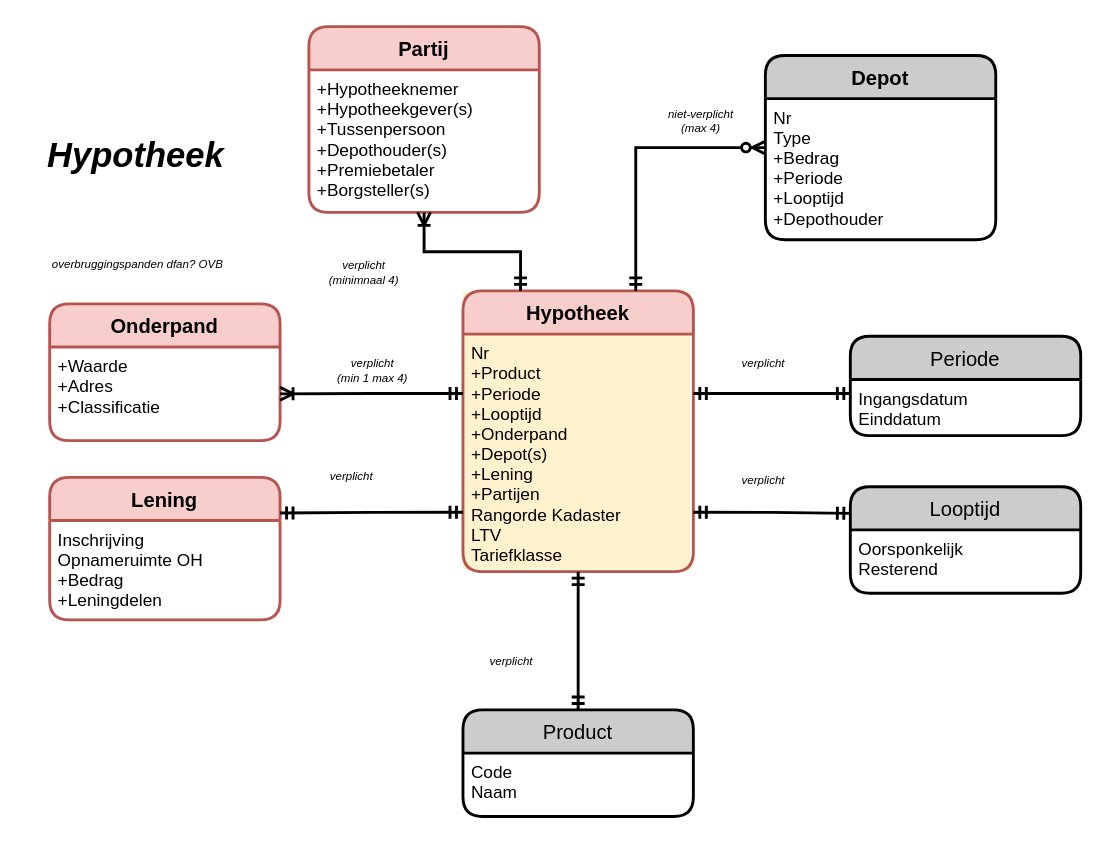
This is page "Hypotheek" (1 of 6) of 3rdParty-HDN.drawio from luchthandel/diagrams, a draw.io file, before an edit. Source tidied: cells renumbered, new cells numbered last; positions are measured from the earlier drawing's top-left corner, leaving out a move shared by most shapes. Both pictures are drawn from the tidied source at 144%, with x=0, y=0 at pixel (24, 26).
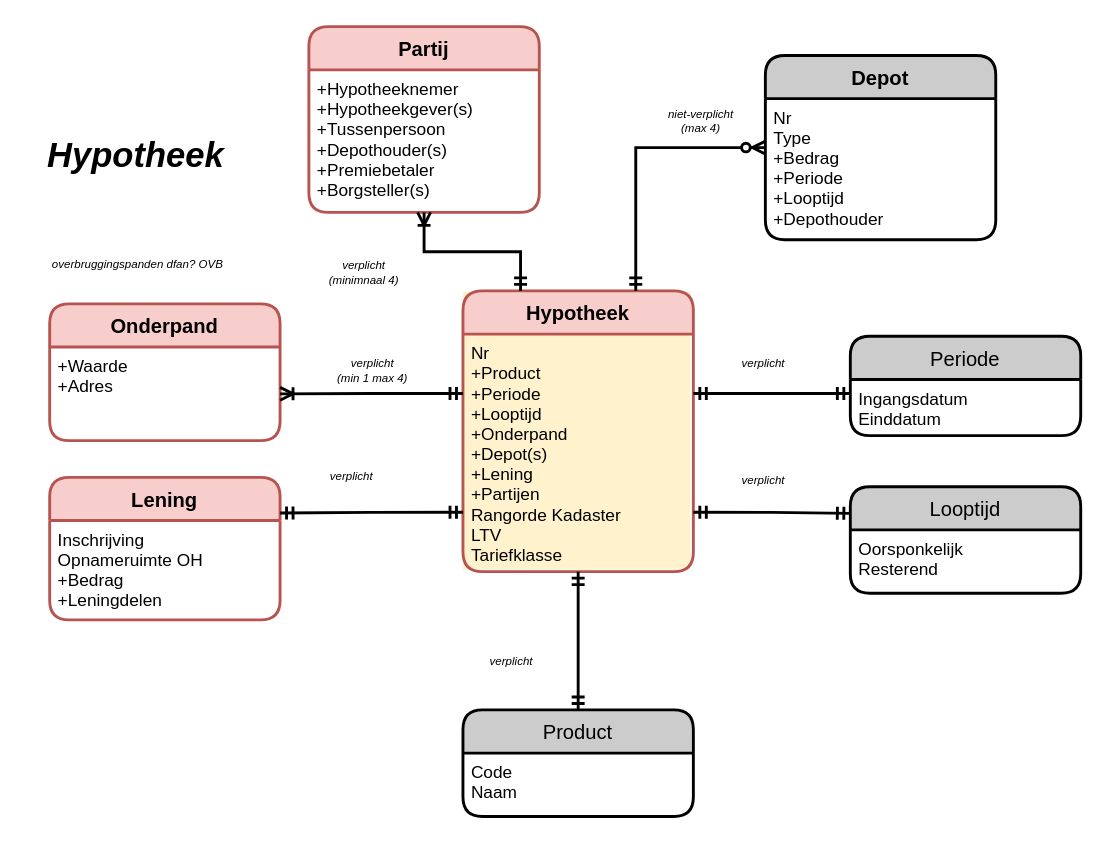
The same diagram, later.

Unchanged cells that the change refers to:
```xml
<mxCell id="12" value="Onderpand" style="swimlane;horizontal=1;startSize=30;fillColor=#f8cecc;rounded=1;fontSize=14;fontStyle=1;strokeWidth=2;shadow=0;dashed=0;align=center;strokeColor=#b85450;" parent="1" vertex="1">
  <mxGeometry x="17" y="192.5" width="160" height="95" as="geometry" />
</mxCell>
```

Change to the diagram source:
```diff
@@
-    <mxCell id="13" value="+Waarde&#10;+Adres&#10;+Classificatie" style="align=left;strokeColor=none;fillColor=none;spacingLeft=4;fontSize=12;verticalAlign=top;" parent="12" vertex="1">
+    <mxCell id="13" value="+Waarde&#10;+Adres" style="align=left;strokeColor=none;fillColor=none;spacingLeft=4;fontSize=12;verticalAlign=top;" parent="12" vertex="1">
       <mxGeometry y="30" width="160" height="65" as="geometry" />
     </mxCell>
```
